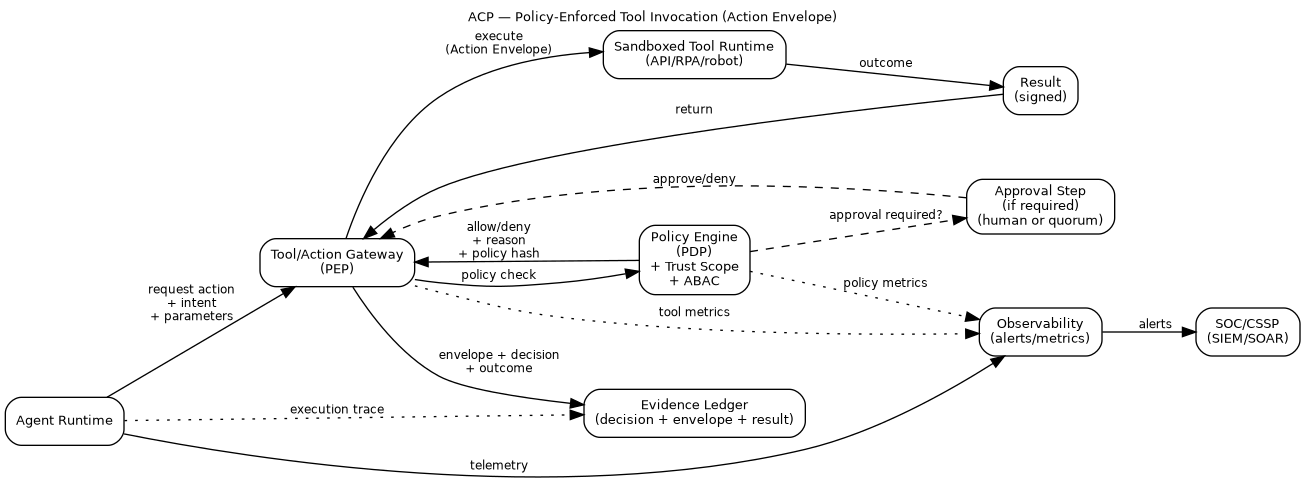
Earlier version of the Graphviz export papers/acp-ra/diagrams/acp_action_flow.png (anboas/Whitepaper). Its source is kept beside it as papers/acp-ra/diagrams-src/acp_action_flow.dot.
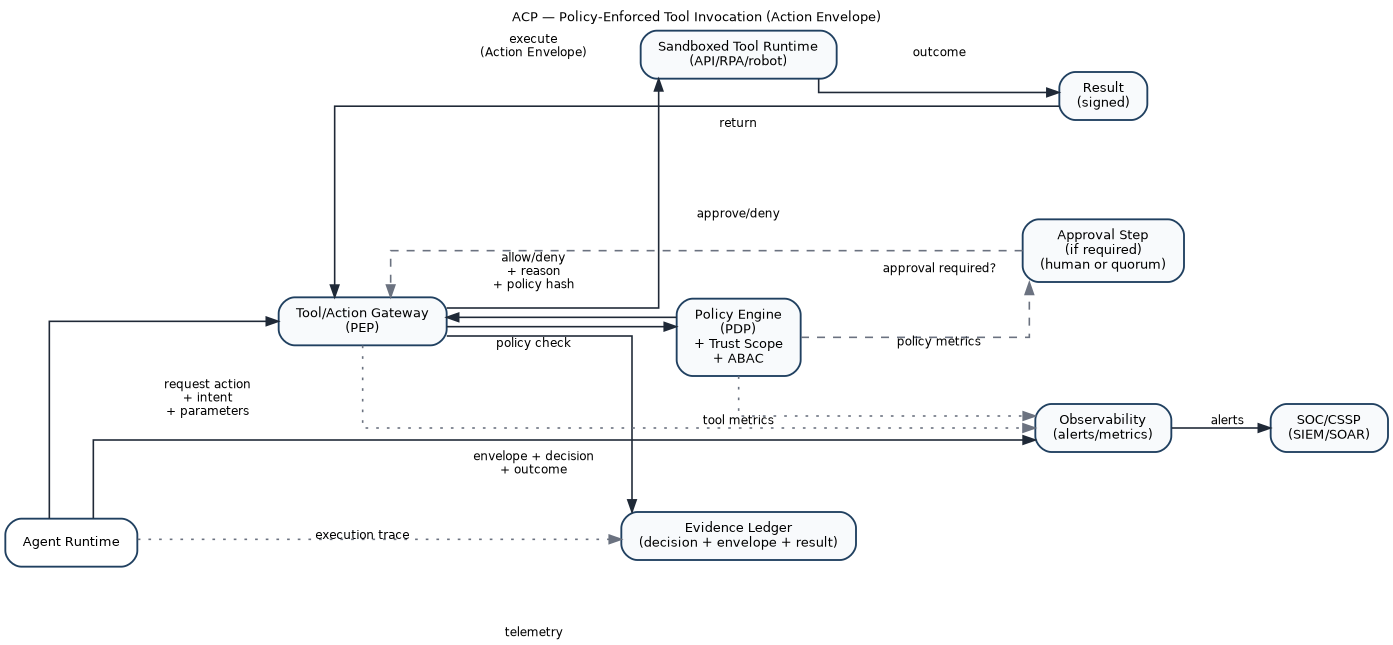
The same file after the commit.

The edit, as a diff of the source:
```diff
@@ -1,45 +1,51 @@
 digraph ACP_ActionFlow {
-	graph [fontname=Helvetica fontsize=10 label="ACP — Policy-Enforced Tool Invocation (Action Envelope)" labelloc=t rankdir=LR]
-	node [fontname=Helvetica fontsize=10 shape=box style=rounded]
-	edge [fontname=Helvetica fontsize=9]
-	A [label="Agent Runtime"]
-	PEP [label="Tool/Action Gateway
-(PEP)"]
-	PDP [label="Policy Engine
-(PDP)
-+ Trust Scope
-+ ABAC"]
-	APP [label="Approval Step
-(if required)
-(human or quorum)"]
-	SBX [label="Sandboxed Tool Runtime
-(API/RPA/robot)"]
-	RES [label="Result
-(signed)"]
-	EL [label="Evidence Ledger
-(decision + envelope + result)"]
-	OB [label="Observability
-(alerts/metrics)"]
-	SOC [label="SOC/CSSP
-(SIEM/SOAR)"]
-	A -> PEP [label="request action
-+ intent
-+ parameters"]
+	graph [
+		fontname=Helvetica fontsize=10
+		label="ACP — Policy-Enforced Tool Invocation (Action Envelope)" labelloc=t
+		rankdir=LR
+		bgcolor="white"
+		splines=ortho
+		nodesep=0.40
+		ranksep=0.55
+	]
+	node [
+		fontname=Helvetica fontsize=10
+		shape=box
+		style="rounded,filled"
+		fillcolor="#F8FAFC"
+		color="#204060"
+		penwidth=1.4
+		margin="0.18,0.10"
+	]
+	edge [
+		fontname=Helvetica fontsize=9
+		color="#1F2937"
+		penwidth=1.2
+		arrowsize=0.9
+	]
+
+	A [label="Agent Runtime" fillcolor="#FFFFFF"]
+	PEP [label="Tool/Action Gateway\n(PEP)"]
+	PDP [label="Policy Engine\n(PDP)\n+ Trust Scope\n+ ABAC"]
+	APP [label="Approval Step\n(if required)\n(human or quorum)"]
+	SBX [label="Sandboxed Tool Runtime\n(API/RPA/robot)"]
+	RES [label="Result\n(signed)"]
+	EL [label="Evidence Ledger\n(decision + envelope + result)"]
+	OB [label="Observability\n(alerts/metrics)"]
+	SOC [label="SOC/CSSP\n(SIEM/SOAR)"]
+
+	A -> PEP [label="request action\n+ intent\n+ parameters"]
 	PEP -> PDP [label="policy check"]
-	PDP -> APP [label="approval required?" style=dashed]
-	APP -> PEP [label="approve/deny" style=dashed]
-	PDP -> PEP [label="allow/deny
-+ reason
-+ policy hash"]
-	PEP -> SBX [label="execute
-(Action Envelope)"]
+	PDP -> APP [label="approval required?" style=dashed color="#6B7280"]
+	APP -> PEP [label="approve/deny" style=dashed color="#6B7280"]
+	PDP -> PEP [label="allow/deny\n+ reason\n+ policy hash"]
+	PEP -> SBX [label="execute\n(Action Envelope)"]
 	SBX -> RES [label=outcome]
 	RES -> PEP [label=return]
-	PEP -> EL [label="envelope + decision
-+ outcome"]
-	A -> EL [label="execution trace" style=dotted]
+	PEP -> EL [label="envelope + decision\n+ outcome"]
+	A -> EL [label="execution trace" style=dotted color="#6B7280"]
 	A -> OB [label=telemetry]
-	PEP -> OB [label="tool metrics" style=dotted]
-	PDP -> OB [label="policy metrics" style=dotted]
+	PEP -> OB [label="tool metrics" style=dotted color="#6B7280"]
+	PDP -> OB [label="policy metrics" style=dotted color="#6B7280"]
 	OB -> SOC [label=alerts]
 }
```
